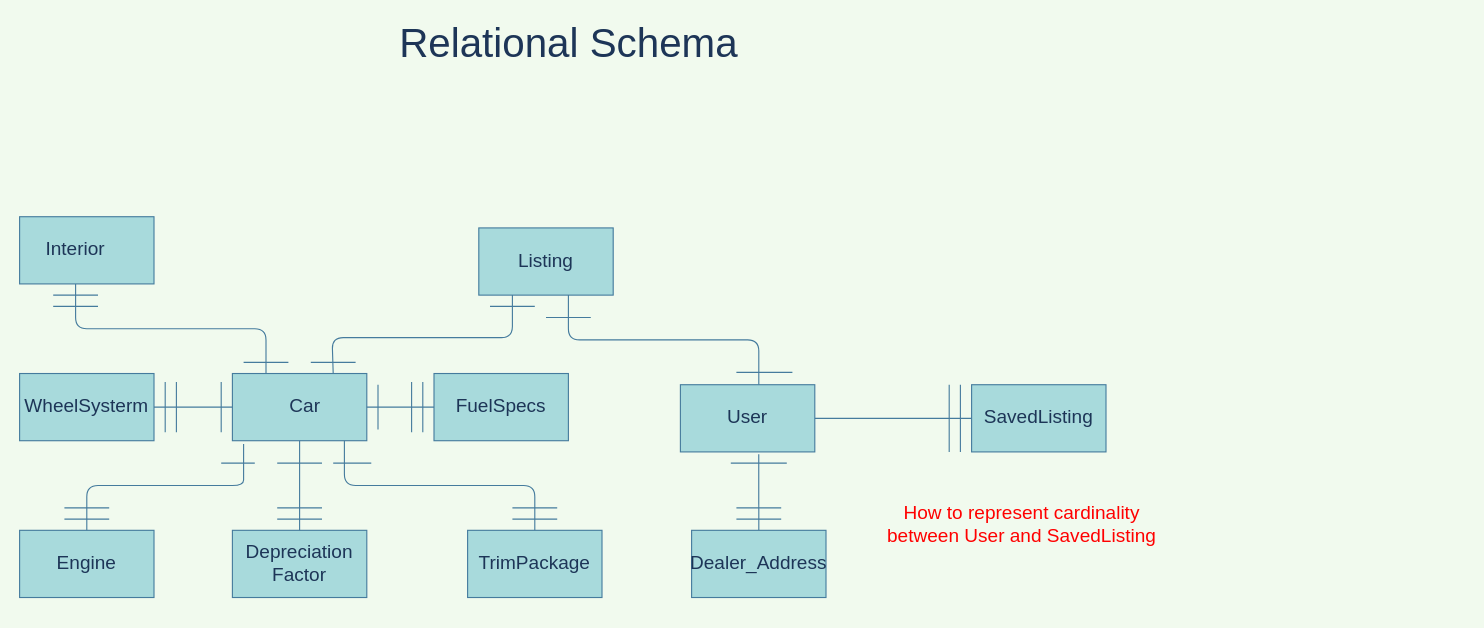
This is Relational_Schema.drawio from abmfocus4/UsedCars-db, a draw.io file, before an edit. Source tidied: cells renumbered, new cells numbered last; positions are measured from the earlier drawing's top-left corner, leaving out a move shared by most shapes. Both pictures are drawn from the tidied source at 112%, with x=0, y=0 at pixel (19, 26).
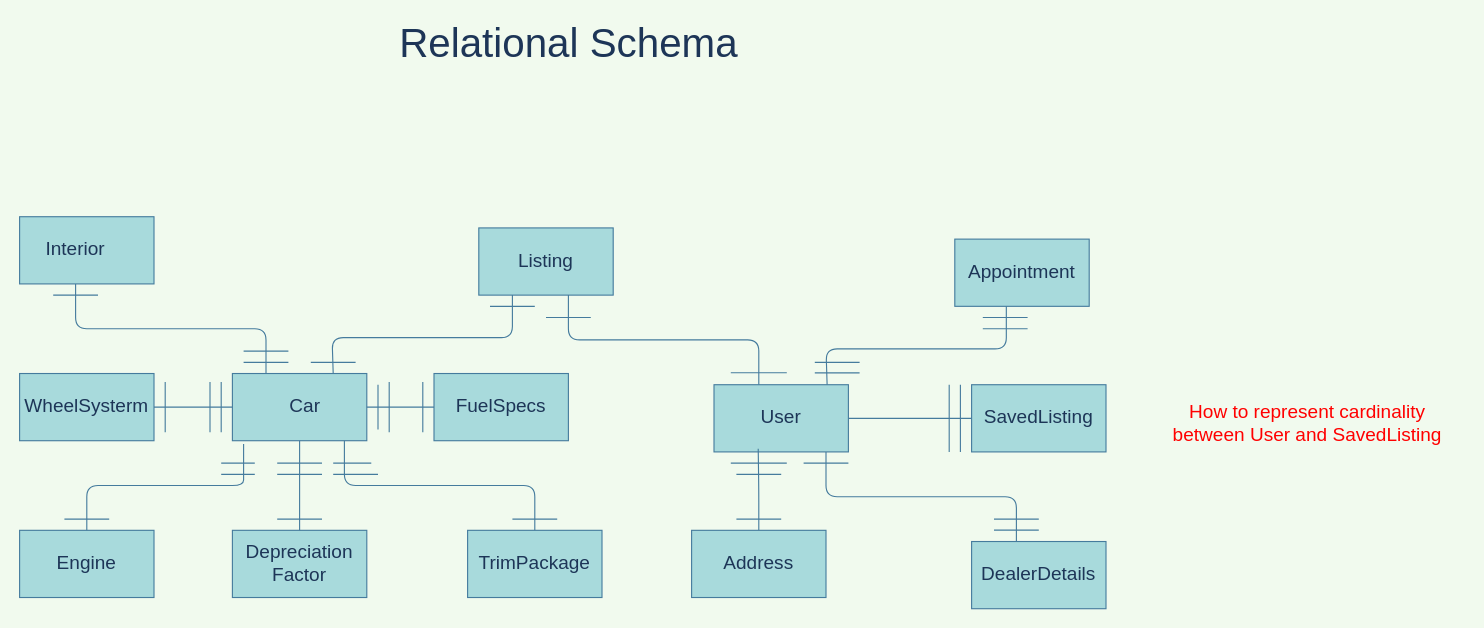
After the change.

Diff of the diagram source:
```diff
@@
     <mxCell id="27" style="endArrow=none;html=1;labelBorderColor=none;fontSize=17;strokeColor=#457B9D;fontColor=#1D3557;labelBackgroundColor=#F1FAEE;" parent="1" edge="1">
       <mxGeometry relative="1" as="geometry">
-        <mxPoint x="230" y="430" as="sourcePoint" />
-        <mxPoint x="270" y="430" as="targetPoint" />
+        <mxPoint x="230" y="400" as="sourcePoint" />
+        <mxPoint x="270" y="400" as="targetPoint" />
         <Array as="points">
-          <mxPoint x="260" y="430" />
+          <mxPoint x="260" y="400" />
         </Array>
       </mxGeometry>
     </mxCell>
@@
     <mxCell id="29" style="endArrow=none;html=1;labelBorderColor=none;fontSize=17;strokeColor=#457B9D;fontColor=#1D3557;labelBackgroundColor=#F1FAEE;" parent="1" edge="1">
       <mxGeometry relative="1" as="geometry">
-        <mxPoint x="440" y="430" as="sourcePoint" />
-        <mxPoint x="480" y="430" as="targetPoint" />
+        <mxPoint x="280" y="400" as="sourcePoint" />
+        <mxPoint x="320" y="400" as="targetPoint" />
         <Array as="points">
-          <mxPoint x="470" y="430" />
+          <mxPoint x="310" y="400" />
         </Array>
       </mxGeometry>
     </mxCell>
@@
     <mxCell id="31" style="endArrow=none;html=1;labelBorderColor=none;fontSize=17;strokeColor=#457B9D;fontColor=#1D3557;labelBackgroundColor=#F1FAEE;" parent="1" edge="1">
       <mxGeometry relative="1" as="geometry">
-        <mxPoint x="40" y="430" as="sourcePoint" />
-        <mxPoint x="80" y="430" as="targetPoint" />
+        <mxPoint x="180" y="400" as="sourcePoint" />
+        <mxPoint x="210" y="400" as="targetPoint" />
         <Array as="points">
-          <mxPoint x="70" y="430" />
+          <mxPoint x="210" y="400" />
         </Array>
       </mxGeometry>
     </mxCell>
@@
-    <mxCell id="34" style="endArrow=none;html=1;labelBorderColor=none;fontSize=17;strokeColor=#457B9D;fontColor=#1D3557;labelBackgroundColor=#F1FAEE;" parent="1" edge="1">
-      <mxGeometry relative="1" as="geometry">
-        <mxPoint x="30" y="250" as="sourcePoint" />
-        <mxPoint x="70" y="250" as="targetPoint" />
-        <Array as="points">
-          <mxPoint x="60" y="250" />
-        </Array>
-      </mxGeometry>
-    </mxCell>
     <mxCell id="35" style="endArrow=none;html=1;labelBorderColor=none;fontSize=17;strokeColor=#457B9D;fontColor=#1D3557;labelBackgroundColor=#F1FAEE;" parent="1" edge="1">
       <mxGeometry relative="1" as="geometry">
-        <mxPoint x="140" y="362.5" as="sourcePoint" />
-        <mxPoint x="140" y="317.5" as="targetPoint" />
+        <mxPoint x="170" y="362.5" as="sourcePoint" />
+        <mxPoint x="170" y="317.5" as="targetPoint" />
       </mxGeometry>
     </mxCell>
     <mxCell id="36" style="endArrow=none;html=1;labelBorderColor=none;fontSize=17;strokeColor=#457B9D;fontColor=#1D3557;labelBackgroundColor=#F1FAEE;" parent="1" edge="1">
       <mxGeometry relative="1" as="geometry">
-        <mxPoint x="350" y="362.5" as="sourcePoint" />
-        <mxPoint x="350" y="317.5" as="targetPoint" />
+        <mxPoint x="330" y="362.5" as="sourcePoint" />
+        <mxPoint x="330" y="317.5" as="targetPoint" />
       </mxGeometry>
     </mxCell>
@@
     <mxCell id="41" value="User" style="rounded=0;whiteSpace=wrap;html=1;labelBorderColor=none;fontSize=17;fillColor=#A8DADC;strokeColor=#457B9D;fontColor=#1D3557;" parent="1" vertex="1">
-      <mxGeometry x="590" y="320" width="120" height="60" as="geometry" />
+      <mxGeometry x="620" y="320" width="120" height="60" as="geometry" />
     </mxCell>
@@
-    <mxCell id="43" style="edgeStyle=orthogonalEdgeStyle;curved=0;rounded=1;sketch=0;jettySize=auto;html=1;exitX=0.5;exitY=0;exitDx=0;exitDy=0;entryX=0.583;entryY=1.033;entryDx=0;entryDy=0;entryPerimeter=0;strokeColor=#457B9D;fillColor=#A8DADC;fontColor=#1D3557;endArrow=none;endFill=0;" parent="1" edge="1" source="44" target="41">
+    <mxCell id="43" style="edgeStyle=orthogonalEdgeStyle;curved=0;rounded=1;sketch=0;jettySize=auto;html=1;exitX=0.5;exitY=0;exitDx=0;exitDy=0;strokeColor=#457B9D;fillColor=#A8DADC;fontColor=#1D3557;endArrow=none;endFill=0;entryX=0.329;entryY=0.953;entryDx=0;entryDy=0;entryPerimeter=0;" parent="1" edge="1" source="44" target="41">
       <mxGeometry relative="1" as="geometry" />
     </mxCell>
-    <mxCell id="44" value="Dealer_Address" style="rounded=0;whiteSpace=wrap;html=1;labelBorderColor=none;fontSize=17;fillColor=#A8DADC;strokeColor=#457B9D;fontColor=#1D3557;" parent="1" vertex="1">
+    <mxCell id="44" value="Address" style="rounded=0;whiteSpace=wrap;html=1;labelBorderColor=none;fontSize=17;fillColor=#A8DADC;strokeColor=#457B9D;fontColor=#1D3557;" parent="1" vertex="1">
       <mxGeometry x="600" y="450" width="120" height="60" as="geometry" />
     </mxCell>
@@
     <mxCell id="46" style="endArrow=none;html=1;labelBorderColor=none;fontSize=17;strokeColor=#457B9D;fontColor=#1D3557;labelBackgroundColor=#F1FAEE;" parent="1" edge="1">
       <mxGeometry relative="1" as="geometry">
-        <mxPoint x="640" y="309" as="sourcePoint" />
-        <mxPoint x="690" y="309" as="targetPoint" />
+        <mxPoint x="635" y="309.3" as="sourcePoint" />
+        <mxPoint x="685" y="309.3" as="targetPoint" />
       </mxGeometry>
     </mxCell>
@@
     <mxCell id="49" value="&lt;font color=&quot;#ff0000&quot;&gt;How to represent cardinality between User and SavedListing&lt;/font&gt;" style="text;html=1;strokeColor=none;fillColor=none;align=center;verticalAlign=middle;whiteSpace=wrap;rounded=0;labelBorderColor=none;fontSize=17;fontColor=#1D3557;" parent="1" vertex="1">
-      <mxGeometry x="755" y="410" width="280" height="70" as="geometry" />
+      <mxGeometry x="1010" y="320" width="280" height="70" as="geometry" />
     </mxCell>
@@
     <mxCell id="51" style="endArrow=none;html=1;labelBorderColor=none;fontSize=17;strokeColor=#457B9D;fontColor=#1D3557;labelBackgroundColor=#F1FAEE;" parent="1" edge="1">
       <mxGeometry relative="1" as="geometry">
-        <mxPoint x="640" y="430" as="sourcePoint" />
-        <mxPoint x="680" y="430" as="targetPoint" />
+        <mxPoint x="640" y="400" as="sourcePoint" />
+        <mxPoint x="680" y="400" as="targetPoint" />
         <Array as="points">
-          <mxPoint x="670" y="430" />
+          <mxPoint x="670" y="400" />
         </Array>
       </mxGeometry>
     </mxCell>
@@
+    <mxCell id="54" style="endArrow=none;html=1;labelBorderColor=none;fontSize=17;strokeColor=#457B9D;fontColor=#1D3557;labelBackgroundColor=#F1FAEE;" parent="1" edge="1">
+      <mxGeometry relative="1" as="geometry">
+        <mxPoint x="200" y="290" as="sourcePoint" />
+        <mxPoint x="240" y="290" as="targetPoint" />
+        <Array as="points">
+          <mxPoint x="230" y="290" />
+        </Array>
+      </mxGeometry>
+    </mxCell>
+    <mxCell id="55" value="Appointment" style="rounded=0;whiteSpace=wrap;html=1;labelBorderColor=none;fontSize=17;fillColor=#A8DADC;strokeColor=#457B9D;fontColor=#1D3557;" parent="1" vertex="1">
+      <mxGeometry x="835" y="190" width="120" height="60" as="geometry" />
+    </mxCell>
+    <mxCell id="56" value="DealerDetails" style="rounded=0;whiteSpace=wrap;html=1;labelBorderColor=none;fontSize=17;fillColor=#A8DADC;strokeColor=#457B9D;fontColor=#1D3557;" parent="1" vertex="1">
+      <mxGeometry x="850" y="460" width="120" height="60" as="geometry" />
+    </mxCell>
+    <mxCell id="57" style="endArrow=none;html=1;entryX=0.75;entryY=0;entryDx=0;entryDy=0;labelBorderColor=none;fontSize=17;strokeColor=#457B9D;fontColor=#1D3557;labelBackgroundColor=#F1FAEE;" parent="1" edge="1">
+      <mxGeometry relative="1" as="geometry">
+        <mxPoint x="881" y="250" as="sourcePoint" />
+        <mxPoint x="721" y="320" as="targetPoint" />
+        <Array as="points">
+          <mxPoint x="881" y="288" />
+          <mxPoint x="720" y="288" />
+        </Array>
+      </mxGeometry>
+    </mxCell>
+    <mxCell id="58" style="endArrow=none;html=1;labelBorderColor=none;fontSize=17;strokeColor=#457B9D;fontColor=#1D3557;labelBackgroundColor=#F1FAEE;" parent="1" edge="1">
+      <mxGeometry relative="1" as="geometry">
+        <mxPoint x="890" y="460" as="sourcePoint" />
+        <mxPoint x="720" y="380" as="targetPoint" />
+        <Array as="points">
+          <mxPoint x="890" y="420" />
+          <mxPoint x="720" y="420" />
+        </Array>
+      </mxGeometry>
+    </mxCell>
+    <mxCell id="59" style="endArrow=none;html=1;labelBorderColor=none;fontSize=17;strokeColor=#457B9D;fontColor=#1D3557;labelBackgroundColor=#F1FAEE;" parent="1" edge="1">
+      <mxGeometry relative="1" as="geometry">
+        <mxPoint x="700" y="390" as="sourcePoint" />
+        <mxPoint x="740" y="390" as="targetPoint" />
+        <Array as="points">
+          <mxPoint x="730" y="390" />
+        </Array>
+      </mxGeometry>
+    </mxCell>
+    <mxCell id="60" style="endArrow=none;html=1;labelBorderColor=none;fontSize=17;strokeColor=#457B9D;fontColor=#1D3557;labelBackgroundColor=#F1FAEE;" parent="1" edge="1">
+      <mxGeometry relative="1" as="geometry">
+        <mxPoint x="870" y="440" as="sourcePoint" />
+        <mxPoint x="910" y="440" as="targetPoint" />
+        <Array as="points">
+          <mxPoint x="900" y="440" />
+        </Array>
+      </mxGeometry>
+    </mxCell>
+    <mxCell id="61" style="endArrow=none;html=1;labelBorderColor=none;fontSize=17;strokeColor=#457B9D;fontColor=#1D3557;labelBackgroundColor=#F1FAEE;" parent="1" edge="1">
+      <mxGeometry relative="1" as="geometry">
+        <mxPoint x="870" y="449.8" as="sourcePoint" />
+        <mxPoint x="910" y="449.8" as="targetPoint" />
+        <Array as="points">
+          <mxPoint x="900" y="449.8" />
+        </Array>
+      </mxGeometry>
+    </mxCell>
+    <mxCell id="62" style="endArrow=none;html=1;labelBorderColor=none;fontSize=17;strokeColor=#457B9D;fontColor=#1D3557;labelBackgroundColor=#F1FAEE;" parent="1" edge="1">
+      <mxGeometry relative="1" as="geometry">
+        <mxPoint x="860" y="260" as="sourcePoint" />
+        <mxPoint x="900" y="260" as="targetPoint" />
+        <Array as="points">
+          <mxPoint x="890" y="260" />
+        </Array>
+      </mxGeometry>
+    </mxCell>
+    <mxCell id="63" style="endArrow=none;html=1;labelBorderColor=none;fontSize=17;strokeColor=#457B9D;fontColor=#1D3557;labelBackgroundColor=#F1FAEE;" parent="1" edge="1">
+      <mxGeometry relative="1" as="geometry">
+        <mxPoint x="860" y="270" as="sourcePoint" />
+        <mxPoint x="900" y="270" as="targetPoint" />
+        <Array as="points">
+          <mxPoint x="890" y="270" />
+        </Array>
+      </mxGeometry>
+    </mxCell>
+    <mxCell id="64" style="endArrow=none;html=1;labelBorderColor=none;fontSize=17;strokeColor=#457B9D;fontColor=#1D3557;labelBackgroundColor=#F1FAEE;" parent="1" edge="1">
+      <mxGeometry relative="1" as="geometry">
+        <mxPoint x="710" y="309.4" as="sourcePoint" />
+        <mxPoint x="750" y="309.4" as="targetPoint" />
+        <Array as="points">
+          <mxPoint x="740" y="309.4" />
+        </Array>
+      </mxGeometry>
+    </mxCell>
+    <mxCell id="65" style="endArrow=none;html=1;labelBorderColor=none;fontSize=17;strokeColor=#457B9D;fontColor=#1D3557;labelBackgroundColor=#F1FAEE;" parent="1" edge="1">
+      <mxGeometry relative="1" as="geometry">
+        <mxPoint x="710" y="300" as="sourcePoint" />
+        <mxPoint x="750" y="300" as="targetPoint" />
+        <Array as="points">
+          <mxPoint x="740" y="300" />
+        </Array>
+      </mxGeometry>
+    </mxCell>
```
